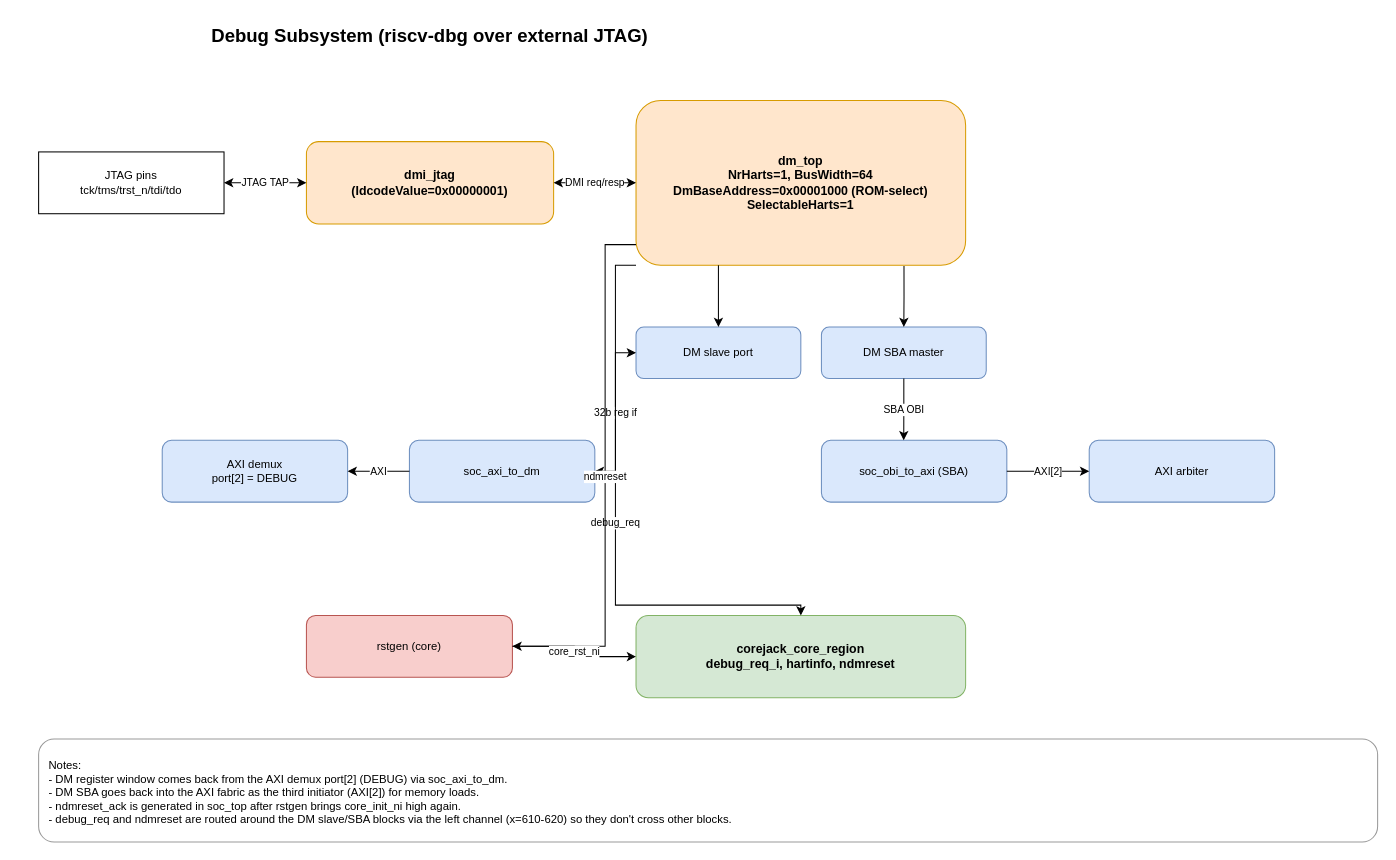
Earlier version of the draw.io diagram page "Debug Subsystem" (5 of 8) of docs/media/corejack_soc.drawio (patrickerich/corejack). Source tidied: cells renumbered, new cells numbered last; positions are measured from the earlier drawing's top-left corner, leaving out a move shared by most shapes. Both pictures are drawn from the tidied source at 103%, with x=0, y=0 at pixel (18, 18).
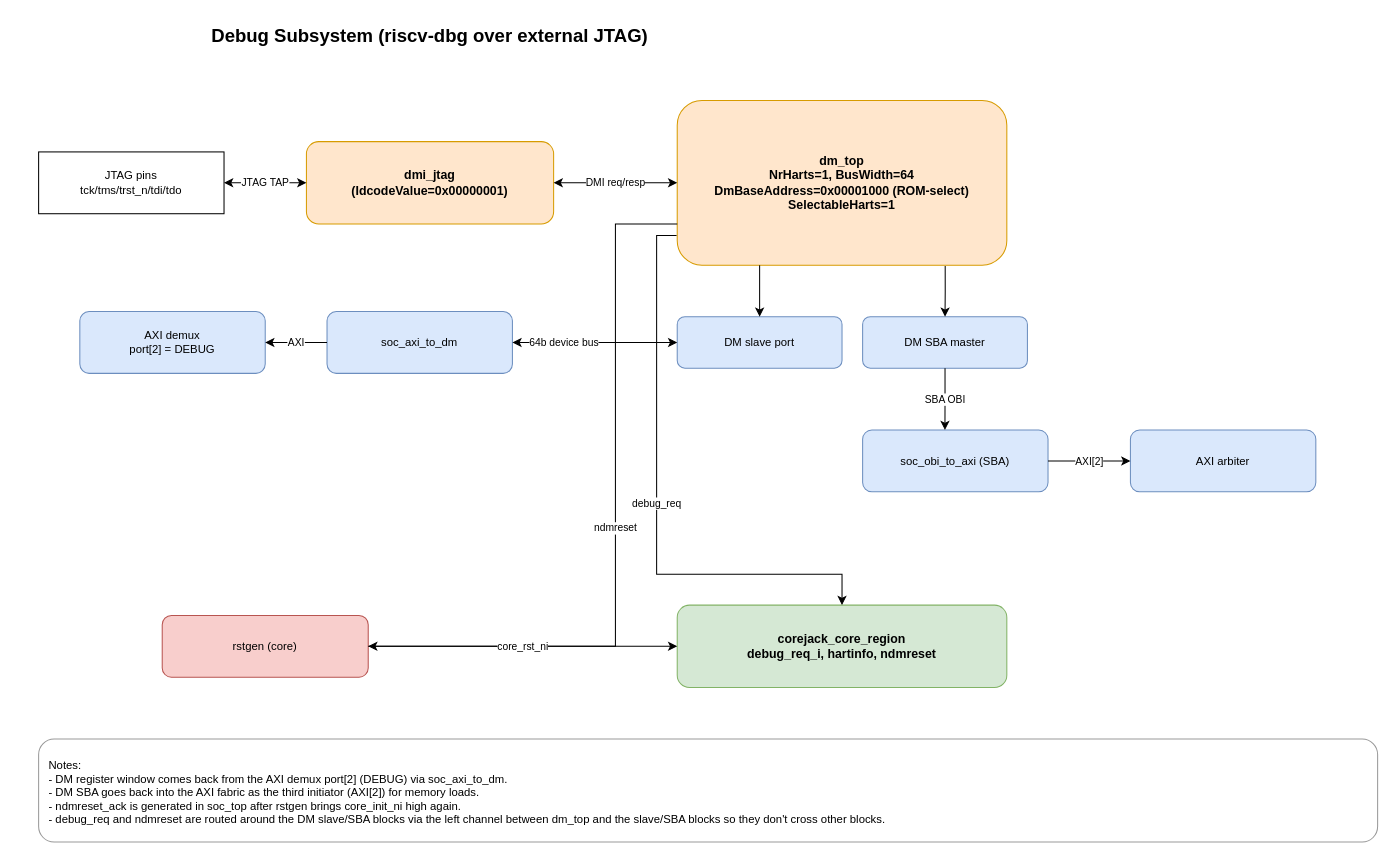
After the change.

Change to the diagram source:
```diff
@@
     <mxCell id="5" value="dm_top&#10;NrHarts=1, BusWidth=64&#10;DmBaseAddress=0x00001000 (ROM-select)&#10;SelectableHarts=1" style="rounded=1;whiteSpace=wrap;html=1;fillColor=#ffe6cc;strokeColor=#d79b00;fontSize=12;fontStyle=1;verticalAlign=middle;" parent="1" vertex="1">
-      <mxGeometry x="600" y="80" width="320" height="160" as="geometry" />
+      <mxGeometry x="640" y="80" width="320" height="160" as="geometry" />
     </mxCell>
     <mxCell id="6" value="DM slave port" style="rounded=1;whiteSpace=wrap;html=1;fillColor=#dae8fc;strokeColor=#6c8ebf;fontSize=11;verticalAlign=middle;" parent="1" vertex="1">
-      <mxGeometry x="600" y="300" width="160" height="50" as="geometry" />
+      <mxGeometry x="640" y="290" width="160" height="50" as="geometry" />
     </mxCell>
     <mxCell id="7" value="DM SBA master" style="rounded=1;whiteSpace=wrap;html=1;fillColor=#dae8fc;strokeColor=#6c8ebf;fontSize=11;verticalAlign=middle;" parent="1" vertex="1">
-      <mxGeometry x="780" y="300" width="160" height="50" as="geometry" />
+      <mxGeometry x="820" y="290" width="160" height="50" as="geometry" />
     </mxCell>
     <mxCell id="8" value="soc_axi_to_dm" style="rounded=1;whiteSpace=wrap;html=1;fillColor=#dae8fc;strokeColor=#6c8ebf;fontSize=11;verticalAlign=middle;" parent="1" vertex="1">
-      <mxGeometry x="380" y="410" width="180" height="60" as="geometry" />
+      <mxGeometry x="300" y="285" width="180" height="60" as="geometry" />
     </mxCell>
     <mxCell id="9" value="AXI demux&#10;port[2] = DEBUG" style="rounded=1;whiteSpace=wrap;html=1;fillColor=#dae8fc;strokeColor=#6c8ebf;fontSize=11;verticalAlign=middle;" parent="1" vertex="1">
-      <mxGeometry x="140" y="410" width="180" height="60" as="geometry" />
+      <mxGeometry x="60" y="285" width="180" height="60" as="geometry" />
     </mxCell>
     <mxCell id="10" value="soc_obi_to_axi (SBA)" style="rounded=1;whiteSpace=wrap;html=1;fillColor=#dae8fc;strokeColor=#6c8ebf;fontSize=11;verticalAlign=middle;" parent="1" vertex="1">
-      <mxGeometry x="780" y="410" width="180" height="60" as="geometry" />
+      <mxGeometry x="820" y="400" width="180" height="60" as="geometry" />
     </mxCell>
     <mxCell id="11" value="AXI arbiter" style="rounded=1;whiteSpace=wrap;html=1;fillColor=#dae8fc;strokeColor=#6c8ebf;fontSize=11;verticalAlign=middle;" parent="1" vertex="1">
-      <mxGeometry x="1040" y="410" width="180" height="60" as="geometry" />
+      <mxGeometry x="1080" y="400" width="180" height="60" as="geometry" />
     </mxCell>
     <mxCell id="12" value="corejack_core_region&#10;debug_req_i, hartinfo, ndmreset" style="rounded=1;whiteSpace=wrap;html=1;fillColor=#d5e8d4;strokeColor=#82b366;fontSize=12;fontStyle=1;verticalAlign=middle;" parent="1" vertex="1">
-      <mxGeometry x="600" y="580" width="320" height="80" as="geometry" />
+      <mxGeometry x="640" y="570" width="320" height="80" as="geometry" />
     </mxCell>
     <mxCell id="13" value="rstgen (core)" style="rounded=1;whiteSpace=wrap;html=1;fillColor=#f8cecc;strokeColor=#b85450;fontSize=11;verticalAlign=middle;" parent="1" vertex="1">
-      <mxGeometry x="280" y="580" width="200" height="60" as="geometry" />
+      <mxGeometry x="140" y="580" width="200" height="60" as="geometry" />
     </mxCell>
@@
-    <mxCell id="18" value="32b reg if" style="endArrow=classic;html=1;startArrow=classic;edgeStyle=orthogonalEdgeStyle;rounded=0;exitX=0;exitY=0.5;entryX=1;entryY=0.5;fontSize=10;" parent="1" edge="1" source="6" target="8">
-      <mxGeometry relative="1" as="geometry">
+    <mxCell id="18" value="64b device bus" style="endArrow=classic;html=1;startArrow=classic;edgeStyle=orthogonalEdgeStyle;rounded=0;exitX=0;exitY=0.5;entryX=1;entryY=0.5;fontSize=10;entryDx=0;entryDy=0;" parent="1" edge="1" source="6" target="8">
+      <mxGeometry x="0.38" relative="1" as="geometry">
         <Array as="points">
-          <mxPoint x="580" y="325" />
-          <mxPoint x="580" y="440" />
+          <mxPoint x="510" y="315" />
         </Array>
       </mxGeometry>
     </mxCell>
@@
-    <mxCell id="22" value="debug_req" style="endArrow=classic;html=1;edgeStyle=orthogonalEdgeStyle;rounded=0;exitX=0;exitY=1;entryX=0.5;entryY=0;fontSize=10;" parent="1" edge="1" source="5" target="12">
+    <mxCell id="22" value="debug_req" style="endArrow=classic;html=1;edgeStyle=orthogonalEdgeStyle;rounded=0;exitX=-0.002;exitY=0.82;entryX=0.5;entryY=0;fontSize=10;exitDx=0;exitDy=0;exitPerimeter=0;" parent="1" edge="1" source="5" target="12">
       <mxGeometry relative="1" as="geometry">
         <Array as="points">
-          <mxPoint x="580" y="240" />
-          <mxPoint x="580" y="570" />
-          <mxPoint x="760" y="570" />
+          <mxPoint x="620" y="211" />
+          <mxPoint x="620" y="540" />
+          <mxPoint x="800" y="540" />
         </Array>
       </mxGeometry>
     </mxCell>
-    <mxCell id="23" value="ndmreset" style="endArrow=classic;html=1;edgeStyle=orthogonalEdgeStyle;rounded=0;exitX=0;exitY=0.875;entryX=1;entryY=0.5;fontSize=10;" parent="1" edge="1" source="5" target="13">
+    <mxCell id="23" value="ndmreset" style="endArrow=classic;html=1;edgeStyle=orthogonalEdgeStyle;rounded=0;exitX=0;exitY=0.75;entryX=1;entryY=0.5;fontSize=10;exitDx=0;exitDy=0;" parent="1" edge="1" source="5" target="13">
       <mxGeometry relative="1" as="geometry">
         <Array as="points">
-          <mxPoint x="570" y="220" />
-          <mxPoint x="570" y="610" />
+          <mxPoint x="580" y="200" />
+          <mxPoint x="580" y="610" />
         </Array>
       </mxGeometry>
     </mxCell>
@@
-    <mxCell id="25" value="Notes:&#10;- DM register window comes back from the AXI demux port[2] (DEBUG) via soc_axi_to_dm.&#10;- DM SBA goes back into the AXI fabric as the third initiator (AXI[2]) for memory loads.&#10;- ndmreset_ack is generated in soc_top after rstgen brings core_init_ni high again.&#10;- debug_req and ndmreset are routed around the DM slave/SBA blocks via the left channel (x=610-620) so they don't cross other blocks." style="rounded=1;whiteSpace=wrap;html=1;fillColor=#FFFFFF;strokeColor=#999999;fontSize=11;align=left;spacingLeft=8;spacingTop=4;" parent="1" vertex="1">
+    <mxCell id="25" value="Notes:&#10;- DM register window comes back from the AXI demux port[2] (DEBUG) via soc_axi_to_dm.&#10;- DM SBA goes back into the AXI fabric as the third initiator (AXI[2]) for memory loads.&#10;- ndmreset_ack is generated in soc_top after rstgen brings core_init_ni high again.&#10;- debug_req and ndmreset are routed around the DM slave/SBA blocks via the left channel between dm_top and the slave/SBA blocks so they don't cross other blocks." style="rounded=1;whiteSpace=wrap;html=1;fillColor=#FFFFFF;strokeColor=#999999;fontSize=11;align=left;spacingLeft=8;spacingTop=4;" parent="1" vertex="1">
       <mxGeometry x="20" y="700" width="1300" height="100" as="geometry" />
     </mxCell>
```
